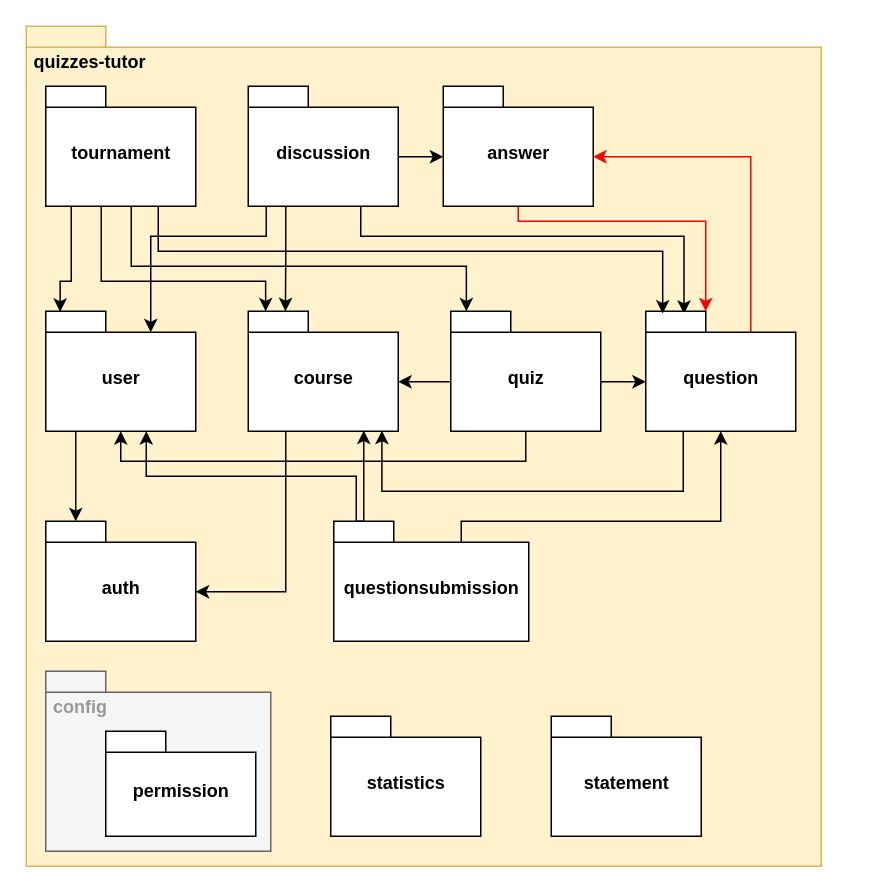
This is documentation/draw.io projects/Uses View Primary Presentation.drawio from dmmnjaws/ASoft-2020-2021-quizzes-tutor-arquitecture-documentation, a draw.io file, before an edit. Source tidied: cells renumbered, new cells numbered last; positions are measured from the earlier drawing's top-left corner, leaving out a move shared by most shapes. Both pictures are drawn from the tidied source at 150%, with x=0, y=0 at pixel (26, 26).
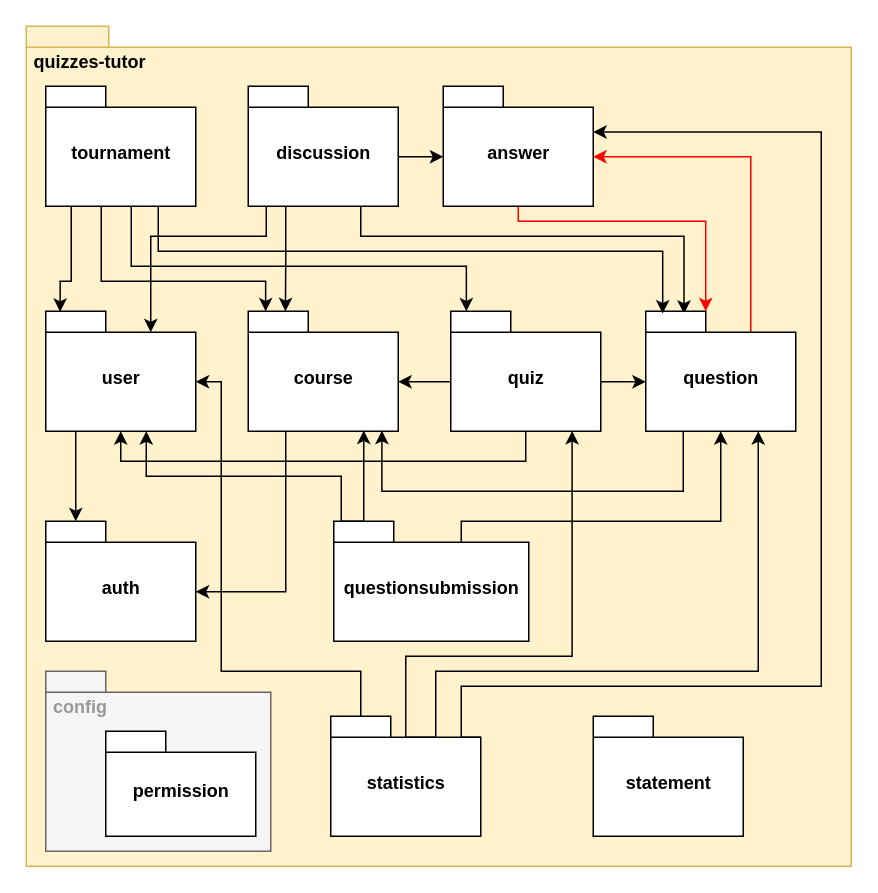
The same page after the edit.

Commit message (it also covers changes not shown here):
fixed uses view and layered view II

The change refers to these unchanged cells:
```xml
<mxCell id="4" value="answer" style="shape=folder;fontStyle=1;spacingTop=10;tabWidth=40;tabHeight=14;tabPosition=left;html=1;align=center;" parent="1" vertex="1">
  <mxGeometry x="278" y="40" width="100" height="80" as="geometry" />
</mxCell>
<mxCell id="15" value="question" style="shape=folder;fontStyle=1;spacingTop=10;tabWidth=40;tabHeight=14;tabPosition=left;html=1;align=center;" parent="1" vertex="1">
  <mxGeometry x="413" y="190" width="100" height="80" as="geometry" />
</mxCell>
<mxCell id="19" value="questionsubmission" style="shape=folder;fontStyle=1;spacingTop=10;tabWidth=40;tabHeight=14;tabPosition=left;html=1;align=center;" parent="1" vertex="1">
  <mxGeometry x="205" y="330" width="130" height="80" as="geometry" />
</mxCell>
<mxCell id="23" value="quiz" style="shape=folder;fontStyle=1;spacingTop=10;tabWidth=40;tabHeight=14;tabPosition=left;html=1;align=center;" parent="1" vertex="1">
  <mxGeometry x="283" y="190" width="100" height="80" as="geometry" />
</mxCell>
<mxCell id="25" value="statistics" style="shape=folder;fontStyle=1;spacingTop=10;tabWidth=40;tabHeight=14;tabPosition=left;html=1;align=center;" parent="1" vertex="1">
  <mxGeometry x="203" y="460" width="100" height="80" as="geometry" />
</mxCell>
<mxCell id="32" value="user" style="shape=folder;fontStyle=1;spacingTop=10;tabWidth=40;tabHeight=14;tabPosition=left;html=1;align=center;" parent="1" vertex="1">
  <mxGeometry x="13" y="190" width="100" height="80" as="geometry" />
</mxCell>
```

The edit, as a diff of the source:
```diff
@@
     <mxCell id="2" value="&amp;nbsp;quizzes-tutor" style="shape=folder;fontStyle=1;spacingTop=10;tabWidth=40;tabHeight=14;tabPosition=left;html=1;fillColor=#fff2cc;strokeColor=#d6b656;verticalAlign=top;align=left;" parent="1" vertex="1">
-      <mxGeometry width="530" height="560" as="geometry" />
+      <mxGeometry width="550" height="560" as="geometry" />
     </mxCell>
@@
     <mxCell id="17" style="edgeStyle=orthogonalEdgeStyle;rounded=0;jettySize=auto;html=1;exitX=0;exitY=0;exitDx=20;exitDy=0;exitPerimeter=0;entryX=0.67;entryY=1;entryDx=0;entryDy=0;entryPerimeter=0;fontColor=#999999;" parent="1" edge="1" source="19" target="32">
       <mxGeometry relative="1" as="geometry">
         <Array as="points">
-          <mxPoint x="220" y="330" />
-          <mxPoint x="220" y="300" />
+          <mxPoint x="210" y="330" />
+          <mxPoint x="210" y="300" />
           <mxPoint x="80" y="300" />
         </Array>
       </mxGeometry>
     </mxCell>
@@
     <mxCell id="24" value="statement" style="shape=folder;fontStyle=1;spacingTop=10;tabWidth=40;tabHeight=14;tabPosition=left;html=1;align=center;" parent="1" vertex="1">
-      <mxGeometry x="350" y="460" width="100" height="80" as="geometry" />
+      <mxGeometry x="378" y="460" width="100" height="80" as="geometry" />
     </mxCell>
+    <mxCell id="35" style="edgeStyle=orthogonalEdgeStyle;rounded=0;jettySize=auto;html=1;exitX=0;exitY=0;exitDx=20;exitDy=0;exitPerimeter=0;entryX=0;entryY=0;entryDx=100;entryDy=47;entryPerimeter=0;" parent="1" edge="1" source="25" target="32">
+      <mxGeometry relative="1" as="geometry">
+        <Array as="points">
+          <mxPoint x="223" y="430" />
+          <mxPoint x="130" y="430" />
+          <mxPoint x="130" y="237" />
+        </Array>
+      </mxGeometry>
+    </mxCell>
+    <mxCell id="36" style="edgeStyle=orthogonalEdgeStyle;rounded=0;jettySize=auto;html=1;exitX=0;exitY=0;exitDx=70;exitDy=14;exitPerimeter=0;entryX=0.809;entryY=0.998;entryDx=0;entryDy=0;entryPerimeter=0;" parent="1" edge="1" source="25" target="23">
+      <mxGeometry relative="1" as="geometry">
+        <Array as="points">
+          <mxPoint x="253" y="474" />
+          <mxPoint x="253" y="420" />
+          <mxPoint x="364" y="420" />
+        </Array>
+      </mxGeometry>
+    </mxCell>
+    <mxCell id="37" style="edgeStyle=orthogonalEdgeStyle;rounded=0;jettySize=auto;html=1;exitX=0;exitY=0;exitDx=70;exitDy=14;exitPerimeter=0;entryX=0.75;entryY=1;entryDx=0;entryDy=0;entryPerimeter=0;" parent="1" edge="1" source="25" target="15">
+      <mxGeometry relative="1" as="geometry">
+        <Array as="points">
+          <mxPoint x="273" y="430" />
+          <mxPoint x="488" y="430" />
+        </Array>
+      </mxGeometry>
+    </mxCell>
+    <mxCell id="38" style="edgeStyle=orthogonalEdgeStyle;rounded=0;jettySize=auto;html=1;exitX=0;exitY=0;exitDx=100;exitDy=14;exitPerimeter=0;entryX=0;entryY=0;entryDx=100;entryDy=30.5;entryPerimeter=0;" parent="1" edge="1" source="25" target="4">
+      <mxGeometry relative="1" as="geometry">
+        <Array as="points">
+          <mxPoint x="290" y="474" />
+          <mxPoint x="290" y="440" />
+          <mxPoint x="530" y="440" />
+          <mxPoint x="530" y="71" />
+        </Array>
+      </mxGeometry>
+    </mxCell>
```
